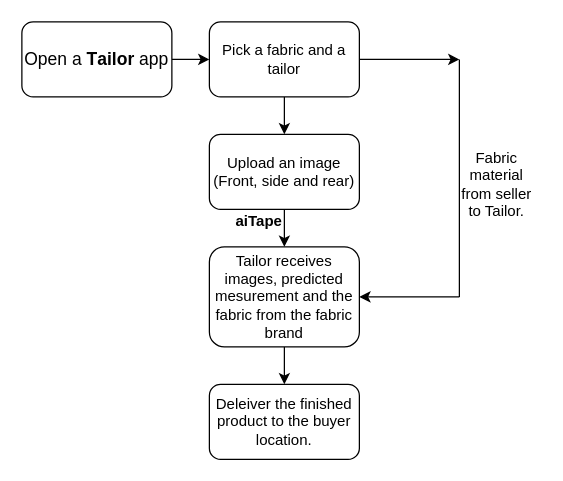
Earlier version of the draw.io diagram v2aitape.drawio (santhoshrao95/helloworld). Source tidied: cells renumbered, new cells numbered last; positions are measured from the earlier drawing's top-left corner, leaving out a move shared by most shapes. Both pictures are drawn from the tidied source at 125%, with x=0, y=0 at pixel (21, 21).
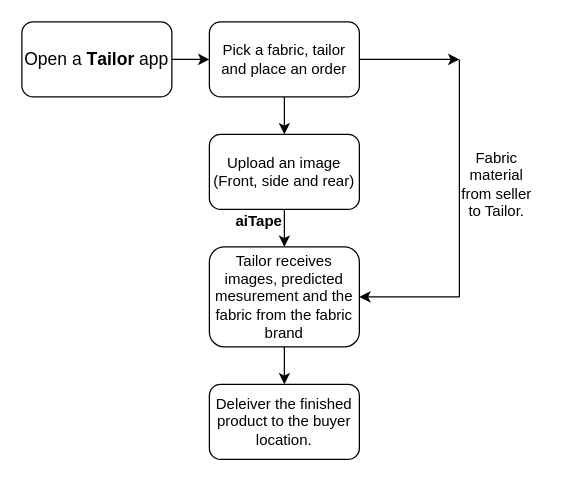
Above is the later version.

Diff of the diagram source:
```diff
@@
 <mxGraphModel>
   <root>
     <mxCell id="0" />
     <mxCell id="1" parent="0" />
     <mxCell id="2" style="edgeStyle=none;rounded=0;jettySize=auto;html=1;" parent="1" edge="1" source="3">
       <mxGeometry relative="1" as="geometry">
         <mxPoint x="350" y="30" as="targetPoint" />
       </mxGeometry>
     </mxCell>
-    <mxCell id="3" value="Pick a fabric and a tailor" style="rounded=1;whiteSpace=wrap;html=1;" parent="1" vertex="1">
+    <mxCell id="3" value="Pick a fabric, tailor and place an order" style="rounded=1;whiteSpace=wrap;html=1;" parent="1" vertex="1">
       <mxGeometry x="150" width="120" height="60" as="geometry" />
     </mxCell>
     <mxCell id="4" value="Upload an image (Front, side and rear)" style="rounded=1;whiteSpace=wrap;html=1;" parent="1" vertex="1">
       <mxGeometry x="150" y="90" width="120" height="60" as="geometry" />
     </mxCell>
     <mxCell id="5" style="edgeStyle=none;rounded=0;jettySize=auto;html=1;" parent="1" edge="1" source="6" target="11">
       <mxGeometry relative="1" as="geometry" />
     </mxCell>
     <mxCell id="6" value="Tailor receives images, predicted mesurement and the fabric from the fabric brand" style="rounded=1;whiteSpace=wrap;html=1;" parent="1" vertex="1">
       <mxGeometry x="150" y="180" width="120" height="80" as="geometry" />
     </mxCell>
     <mxCell id="7" style="endArrow=classic;html=1;entryX=1;entryY=0.5;entryDx=0;entryDy=0;" parent="1" edge="1" target="6">
       <mxGeometry relative="1" as="geometry">
         <mxPoint x="350" y="220" as="sourcePoint" />
       </mxGeometry>
     </mxCell>
     <mxCell id="8" style="endArrow=classic;html=1;exitX=0.5;exitY=1;exitDx=0;exitDy=0;entryX=0.5;entryY=0;entryDx=0;entryDy=0;" parent="1" edge="1" source="4" target="6">
       <mxGeometry relative="1" as="geometry" />
     </mxCell>
     <mxCell id="9" style="endArrow=classic;html=1;exitX=0.5;exitY=1;exitDx=0;exitDy=0;" parent="1" edge="1" source="3" target="4">
       <mxGeometry relative="1" as="geometry" />
     </mxCell>
     <mxCell id="10" style="endArrow=none;html=1;" parent="1" edge="1">
       <mxGeometry relative="1" as="geometry">
         <mxPoint x="350" y="220" as="sourcePoint" />
         <mxPoint x="350" y="30" as="targetPoint" />
       </mxGeometry>
     </mxCell>
     <mxCell id="11" value="Deleiver the finished product to the buyer location." style="whiteSpace=wrap;html=1;rounded=1;" parent="1" vertex="1">
       <mxGeometry x="150" y="290" width="120" height="60" as="geometry" />
     </mxCell>
     <mxCell id="12" style="edgeStyle=none;rounded=0;jettySize=auto;html=1;" parent="1" edge="1" source="13" target="3">
       <mxGeometry relative="1" as="geometry" />
     </mxCell>
     <mxCell id="13" value="&lt;font style=&quot;font-size: 14px&quot;&gt;Open a &lt;b&gt;T&lt;/b&gt;&lt;font style=&quot;font-weight: bold ; font-size: 14px&quot; face=&quot;Shadows Into Light&quot;&gt;ai&lt;/font&gt;&lt;font style=&quot;font-size: 14px&quot;&gt;&lt;b&gt;lor &lt;/b&gt;app&lt;/font&gt;&lt;/font&gt;" style="rounded=1;whiteSpace=wrap;html=1;" parent="1" vertex="1">
       <mxGeometry width="120" height="60" as="geometry" />
     </mxCell>
     <mxCell id="14" value="&lt;span style=&quot;background-color: transparent ; font-weight: 700 ; vertical-align: baseline&quot;&gt;&lt;font face=&quot;Shadows Into Light&quot; style=&quot;font-size: 12px&quot;&gt;ai&lt;/font&gt;&lt;/span&gt;&lt;span style=&quot;background-color: transparent ; font-weight: 700 ; vertical-align: baseline&quot;&gt;&lt;font face=&quot;maven pro, sans-serif&quot; style=&quot;font-size: 12px&quot;&gt;&lt;font style=&quot;font-size: 12px&quot;&gt;Tape&lt;/font&gt;&lt;br&gt;&lt;/font&gt;&lt;/span&gt;" style="text;html=1;strokeColor=none;fillColor=none;align=center;verticalAlign=middle;whiteSpace=wrap;rounded=0;" parent="1" vertex="1">
       <mxGeometry x="170" y="150" width="40" height="20" as="geometry" />
     </mxCell>
     <mxCell id="15" value="Fabric material from seller to Tailor." style="text;html=1;strokeColor=none;fillColor=none;align=center;verticalAlign=middle;whiteSpace=wrap;rounded=0;" parent="1" vertex="1">
       <mxGeometry x="345" y="120" width="70" height="20" as="geometry" />
     </mxCell>
   </root>
 </mxGraphModel>
```
